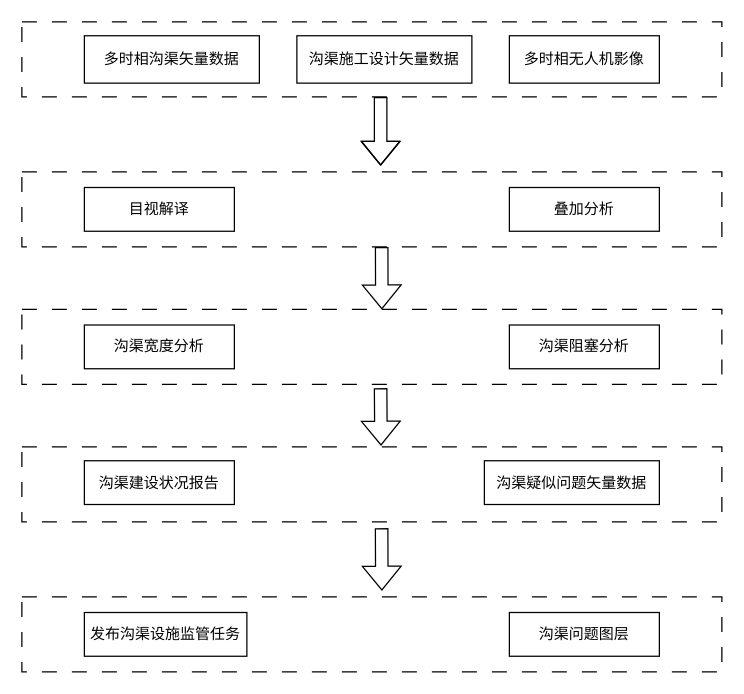
Before: 沟渠建设情况分析.drawio in AhXianGL/draw.io, a draw.io diagram. Source tidied: cells renumbered, new cells numbered last; positions are measured from the earlier drawing's top-left corner, leaving out a move shared by most shapes. Both pictures are drawn from the tidied source at 125%, with x=0, y=0 at pixel (21, 21).
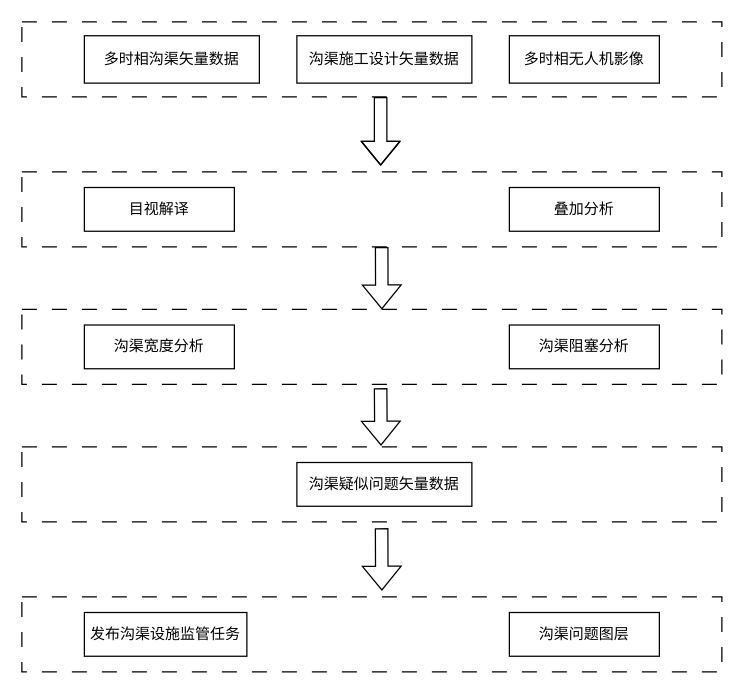
After the change.

Commit message:
更新沟渠建设情况分析.drawio

The change refers to these unchanged cells:
```xml
<mxCell id="8" style="group;" parent="1" vertex="1">
  <mxGeometry y="340" width="560" height="60" as="geometry" />
</mxCell>
```

The edit, as a diff of the source:
```diff
@@
-    <mxCell id="10" value="沟渠建设状况报告" style="rounded=0;whiteSpace=wrap;html=1;" parent="8" vertex="1">
-      <mxGeometry x="50" y="11.1" width="120" height="35" as="geometry" />
-    </mxCell>
     <mxCell id="11" value="沟渠疑似问题矢量数据" style="rounded=0;whiteSpace=wrap;html=1;" parent="8" vertex="1">
-      <mxGeometry x="370" y="11.1" width="140" height="35" as="geometry" />
+      <mxGeometry x="220" y="12.5" width="140" height="35" as="geometry" />
     </mxCell>
```
